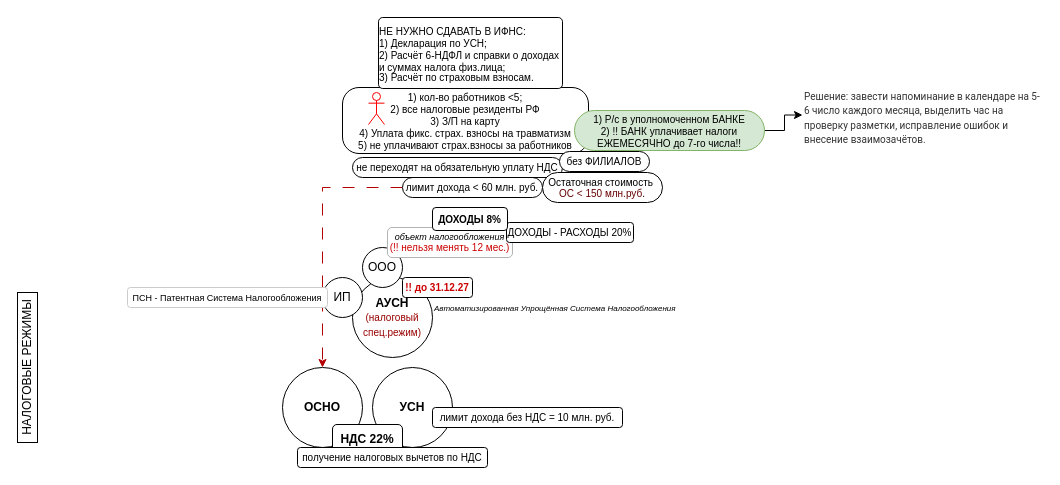
The draw.io diagram АУСН.drawio in youarereef/mmaps, before the edit. Source tidied: cells renumbered, new cells numbered last; positions are measured from the earlier drawing's top-left corner, leaving out a move shared by most shapes. Both pictures are drawn from the tidied source at 100%, with x=0, y=0 at pixel (-48, 17).
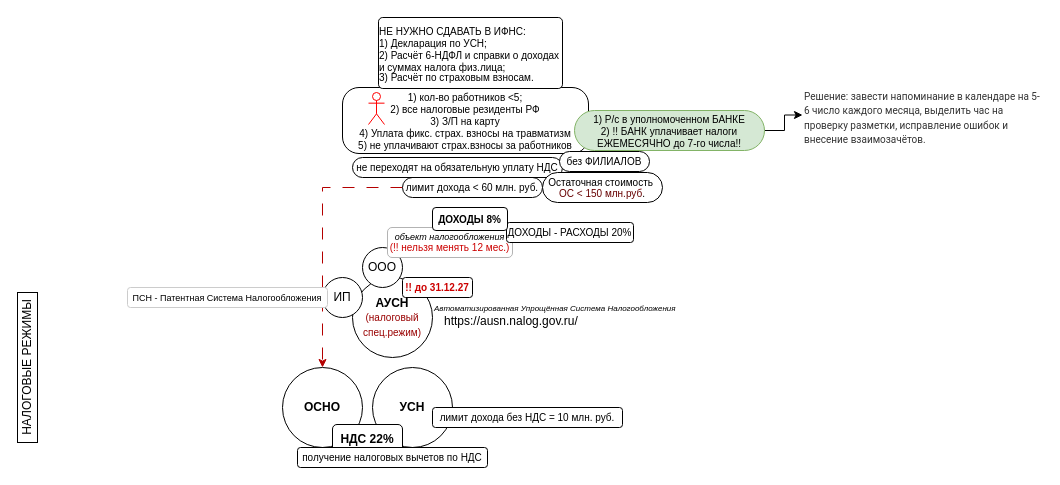
Above is the later version.

Diff of the diagram source:
```diff
@@
+    <mxCell id="28" value="https://ausn.nalog.gov.ru/" style="text;whiteSpace=wrap;" parent="1" vertex="1">
+      <mxGeometry x="490" y="290" width="170" height="30" as="geometry" />
+    </mxCell>
```
